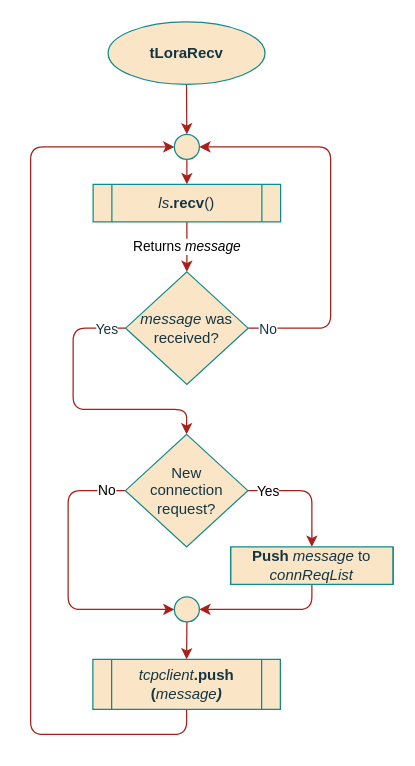
Before: page "tlorarecv" (5 of 5) of documentation/flowcharts/Gateway/CGateway.drawio in ESRGgroup9/slipad, a draw.io diagram. Source tidied: cells renumbered, new cells numbered last; positions are measured from the earlier drawing's top-left corner, leaving out a move shared by most shapes. Both pictures are drawn from the tidied source at 125%, with x=0, y=0 at pixel (30, 21).
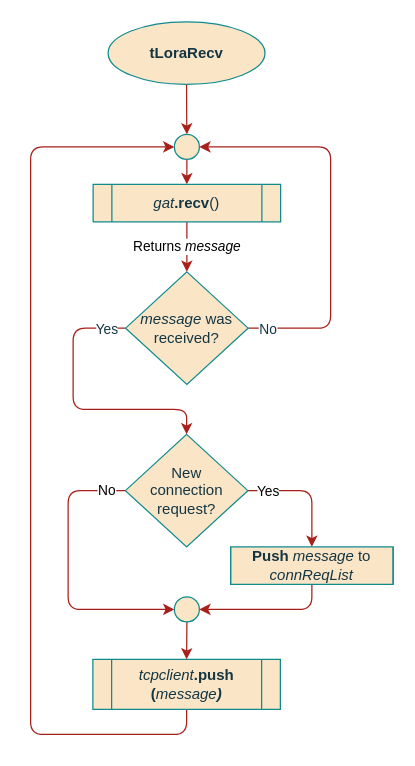
After the change.

What changed in the source:
```diff
@@
-    <mxCell id="13" value="&lt;i&gt;ls&lt;/i&gt;&lt;b&gt;.recv&lt;/b&gt;()" style="shape=process;whiteSpace=wrap;html=1;backgroundOutline=1;rounded=0;sketch=0;fontColor=#143642;strokeColor=#0F8B8D;fillColor=#FAE5C7;" parent="1" vertex="1">
+    <mxCell id="13" value="&lt;i&gt;gat&lt;/i&gt;&lt;b&gt;.recv&lt;/b&gt;()" style="shape=process;whiteSpace=wrap;html=1;backgroundOutline=1;rounded=0;sketch=0;fontColor=#143642;strokeColor=#0F8B8D;fillColor=#FAE5C7;" parent="1" vertex="1">
       <mxGeometry x="50" y="130" width="150" height="30" as="geometry" />
     </mxCell>
```
